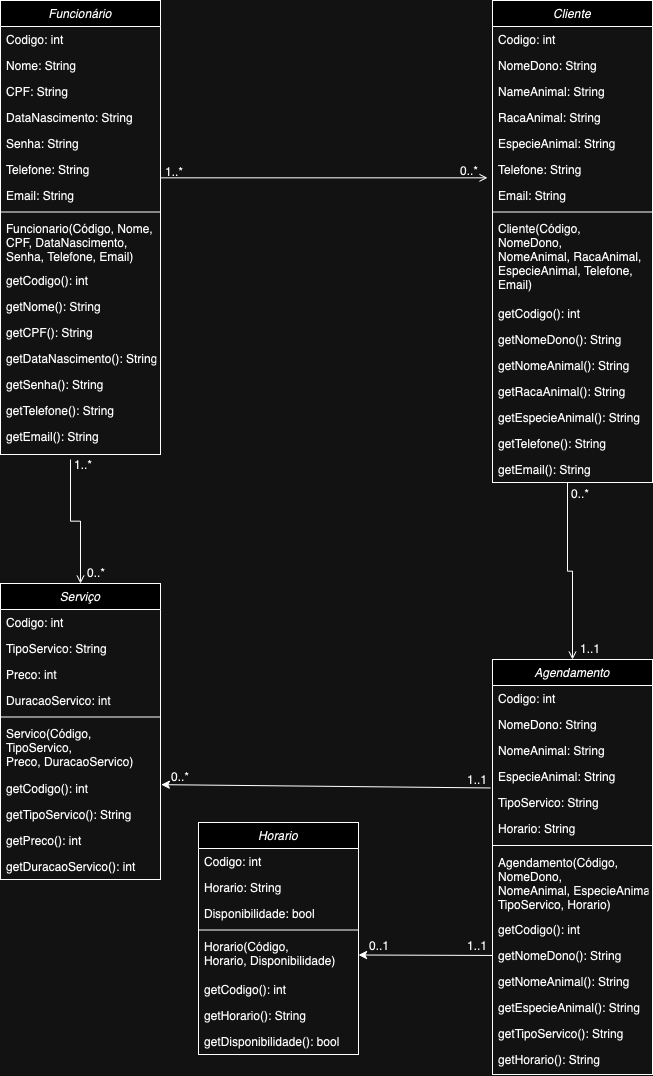
This is Requisitos/Diagrama de Classes.drawio.png from Bernardo-Bertante/ProjetoPetShop, a draw.io export, as it was before one commit. Source tidied: cells renumbered, new cells last; positions are measured from the earlier drawing's top-left corner, leaving out a move shared by most shapes.
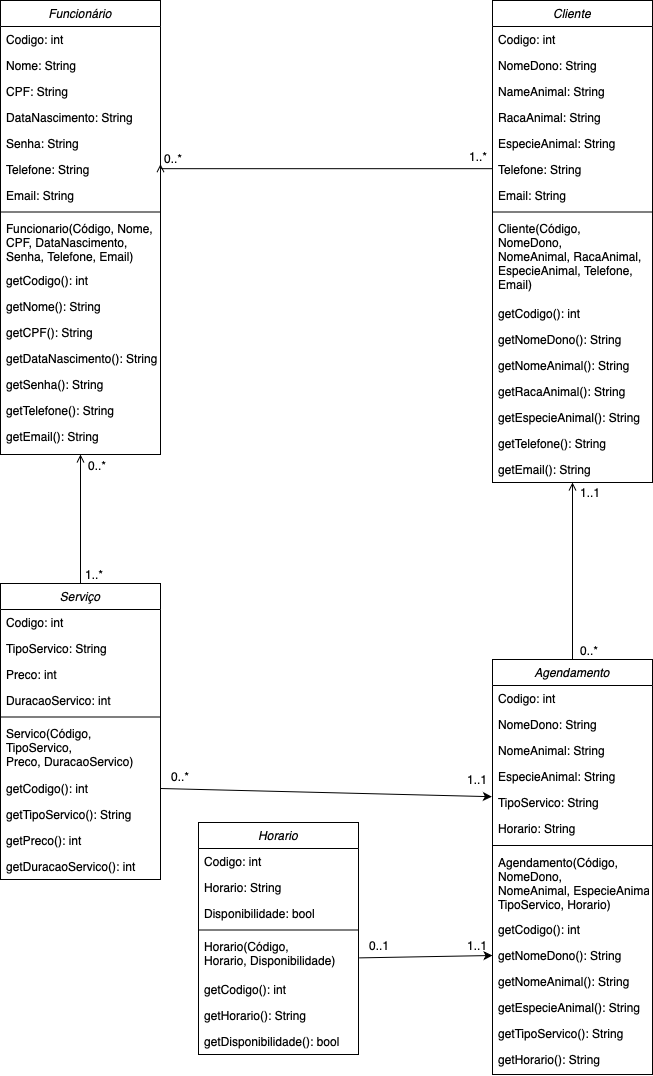
Later version of the same file.

Diff of the diagram source:
```diff
@@ -53,15 +53,14 @@
     <mxCell id="18" value="getEmail(): String" style="text;align=left;verticalAlign=top;spacingLeft=4;spacingRight=4;overflow=hidden;" parent="2" vertex="1">
       <mxGeometry y="423" width="160" height="26" as="geometry" />
     </mxCell>
-    <mxCell id="19" style="endArrow=open;shadow=0;strokeWidth=1;rounded=0;curved=0;endFill=1;edgeStyle=elbowEdgeStyle;elbow=vertical;" parent="1" edge="1" source="2">
+    <mxCell id="19" style="endArrow=open;shadow=0;strokeWidth=1;rounded=0;curved=0;endFill=1;edgeStyle=elbowEdgeStyle;elbow=vertical;exitX=0;exitY=0.641;exitDx=0;exitDy=0;exitPerimeter=0;entryX=1;entryY=0.295;entryDx=0;entryDy=0;entryPerimeter=0;" parent="1" edge="1" source="27" target="8">
       <mxGeometry x="0.5" y="41" relative="1" as="geometry">
-        <mxPoint x="487" y="177" as="targetPoint" />
         <mxPoint x="-40" y="32" as="offset" />
       </mxGeometry>
     </mxCell>
     <mxCell id="20" value="1..*" style="align=left;verticalAlign=bottom;labelBackgroundColor=none;fontSize=12;" parent="19" vertex="1">
       <mxGeometry x="-1" relative="1" as="geometry">
-        <mxPoint x="3" y="2" as="offset" />
+        <mxPoint x="-25" y="-8" as="offset" />
       </mxGeometry>
     </mxCell>
     <mxCell id="21" value="Cliente" style="swimlane;fontStyle=2;align=center;verticalAlign=top;horizontal=1;startSize=26;rounded=0;shadow=0;strokeWidth=1;" parent="1" vertex="1">
@@ -221,39 +220,37 @@
       <mxGeometry y="206" width="160" height="26" as="geometry" />
     </mxCell>
     <mxCell id="73" value="0..*" style="align=left;verticalAlign=bottom;labelBackgroundColor=none;fontSize=12;" parent="1" vertex="1">
-      <mxGeometry x="458" y="179" as="geometry" />
+      <mxGeometry x="162" y="167" as="geometry" />
     </mxCell>
-    <mxCell id="74" style="endArrow=open;shadow=0;strokeWidth=1;rounded=0;curved=0;endFill=1;edgeStyle=elbowEdgeStyle;elbow=vertical;entryX=0.5;entryY=0;entryDx=0;entryDy=0;" parent="1" edge="1" target="38">
+    <mxCell id="74" style="endArrow=open;shadow=0;strokeWidth=1;rounded=0;curved=0;endFill=1;edgeStyle=elbowEdgeStyle;elbow=vertical;entryX=0.5;entryY=1;entryDx=0;entryDy=0;exitX=0.5;exitY=0;exitDx=0;exitDy=0;" parent="1" edge="1" source="38" target="2">
       <mxGeometry x="0.5" y="41" relative="1" as="geometry">
-        <mxPoint x="70" y="459" as="sourcePoint" />
         <mxPoint x="-40" y="32" as="offset" />
       </mxGeometry>
     </mxCell>
     <mxCell id="75" value="1..*" style="align=left;verticalAlign=bottom;labelBackgroundColor=none;fontSize=12;" parent="74" vertex="1">
       <mxGeometry x="-1" relative="1" as="geometry">
-        <mxPoint x="2" y="14" as="offset" />
+        <mxPoint x="3" as="offset" />
       </mxGeometry>
     </mxCell>
     <mxCell id="76" value="0..*" style="align=left;verticalAlign=bottom;labelBackgroundColor=none;fontSize=12;" parent="1" vertex="1">
-      <mxGeometry x="413" y="280" as="geometry">
+      <mxGeometry x="414" y="173" as="geometry">
         <mxPoint x="-328" y="301" as="offset" />
       </mxGeometry>
     </mxCell>
-    <mxCell id="77" style="endArrow=open;shadow=0;strokeWidth=1;rounded=0;curved=0;endFill=1;edgeStyle=elbowEdgeStyle;elbow=vertical;entryX=0.5;entryY=0;entryDx=0;entryDy=0;" parent="1" edge="1" target="49">
+    <mxCell id="77" style="endArrow=open;shadow=0;strokeWidth=1;rounded=0;curved=0;endFill=1;edgeStyle=elbowEdgeStyle;elbow=vertical;entryX=0.5;entryY=1;entryDx=0;entryDy=0;exitX=0.5;exitY=0;exitDx=0;exitDy=0;" parent="1" edge="1" source="49" target="21">
       <mxGeometry x="0.5" y="41" relative="1" as="geometry">
-        <mxPoint x="567" y="482" as="sourcePoint" />
         <mxPoint x="-40" y="32" as="offset" />
       </mxGeometry>
     </mxCell>
     <mxCell id="78" value="0..*" style="align=left;verticalAlign=bottom;labelBackgroundColor=none;fontSize=12;" parent="77" vertex="1">
       <mxGeometry x="-1" relative="1" as="geometry">
-        <mxPoint x="2" y="20" as="offset" />
+        <mxPoint x="6" as="offset" />
       </mxGeometry>
     </mxCell>
     <mxCell id="79" value="1..1" style="align=left;verticalAlign=bottom;labelBackgroundColor=none;fontSize=12;" parent="1" vertex="1">
-      <mxGeometry x="578" y="657" as="geometry" />
+      <mxGeometry x="578" y="501" as="geometry" />
     </mxCell>
-    <mxCell id="80" style="endArrow=classic;html=1;rounded=0;exitX=-0.012;exitY=0.945;exitDx=0;exitDy=0;exitPerimeter=0;entryX=1.005;entryY=0.352;entryDx=0;entryDy=0;entryPerimeter=0;" parent="1" edge="1" source="53" target="45">
+    <mxCell id="80" style="endArrow=classic;html=1;rounded=0;exitX=1;exitY=0.5;exitDx=0;exitDy=0;entryX=-0.004;entryY=0.277;entryDx=0;entryDy=0;entryPerimeter=0;" parent="1" edge="1" source="45" target="54">
       <mxGeometry relative="1" as="geometry" />
     </mxCell>
     <mxCell id="81" value="0..*" style="align=left;verticalAlign=bottom;labelBackgroundColor=none;fontSize=12;" parent="1" vertex="1">
@@ -262,7 +259,7 @@
     <mxCell id="82" value="1..1" style="align=left;verticalAlign=bottom;labelBackgroundColor=none;fontSize=12;" parent="1" vertex="1">
       <mxGeometry x="465" y="788" as="geometry" />
     </mxCell>
-    <mxCell id="83" style="endArrow=classic;html=1;rounded=0;exitX=0;exitY=0.5;exitDx=0;exitDy=0;entryX=1;entryY=0.5;entryDx=0;entryDy=0;" parent="1" edge="1" source="59" target="69">
+    <mxCell id="83" style="endArrow=classic;html=1;rounded=0;exitX=1.004;exitY=0.567;exitDx=0;exitDy=0;exitPerimeter=0;entryX=0;entryY=0.5;entryDx=0;entryDy=0;" parent="1" edge="1" source="69" target="59">
       <mxGeometry relative="1" as="geometry" />
     </mxCell>
     <mxCell id="84" value="0..1" style="align=left;verticalAlign=bottom;labelBackgroundColor=none;fontSize=12;" parent="1" vertex="1">
```
